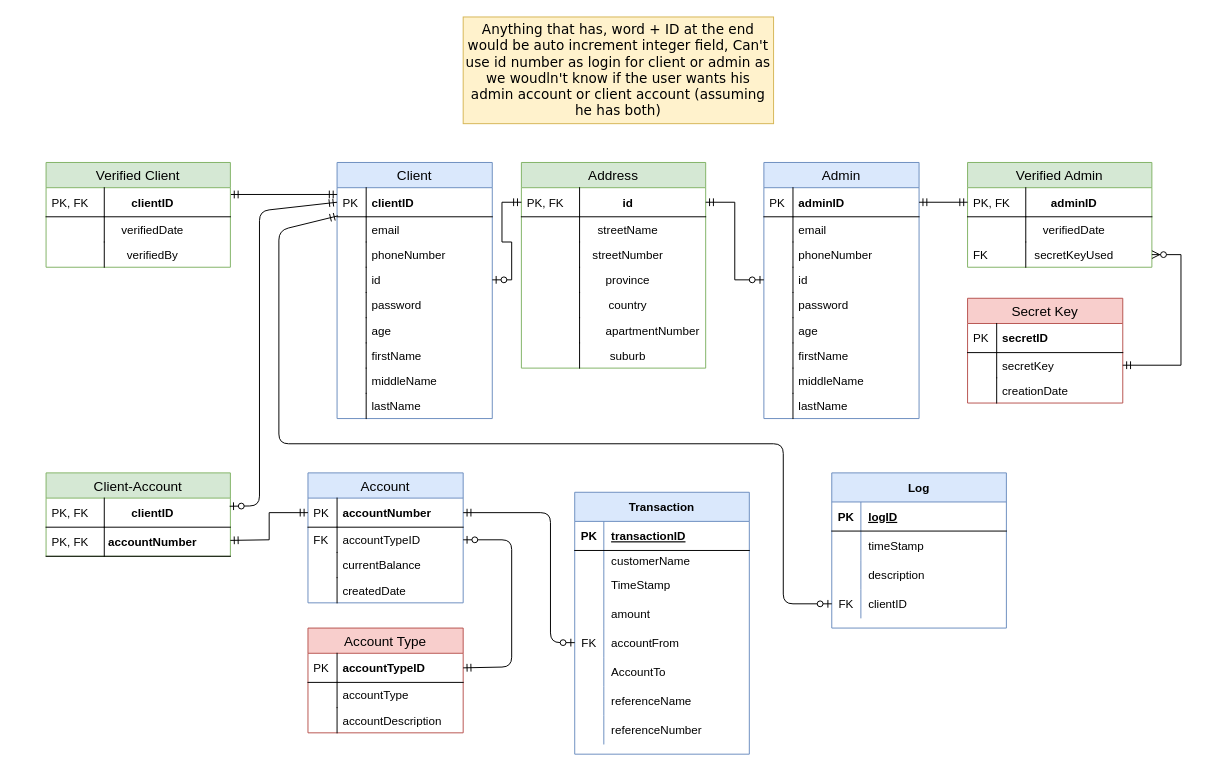
SDP-Wits/Banking-System keeps this draw.io diagram as Planning/ERDs/onlineDB.drawio. Above is the earlier version. Source tidied: cells renumbered, new cells numbered last; positions are measured from the earlier drawing's top-left corner, leaving out a move shared by most shapes. Both pictures are drawn from the tidied source at 97%, with x=0, y=0 at pixel (46, 16).
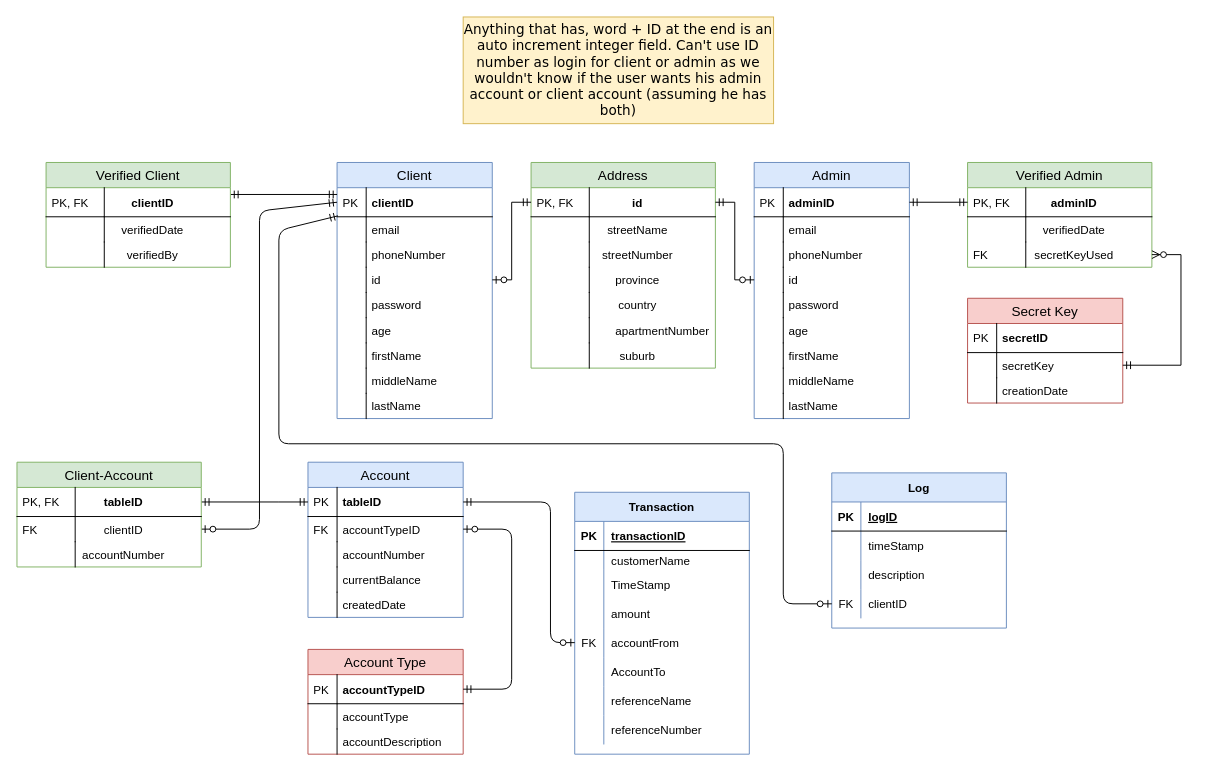
The same page after the edit.

The change refers to these unchanged cells:
```xml
<mxCell id="3" value="clientID" style="shape=partialRectangle;top=0;left=0;right=0;bottom=1;align=left;verticalAlign=middle;fillColor=none;spacingLeft=34;spacingRight=4;overflow=hidden;points=[[0,0.5],[1,0.5]];portConstraint=eastwest;fontStyle=1;fontSize=12;" parent="2" vertex="1">
  <mxGeometry y="26" width="160" height="30" as="geometry" />
</mxCell>
<mxCell id="88" value="accountTypeID" style="shape=partialRectangle;top=0;left=0;right=0;bottom=1;align=left;verticalAlign=middle;fillColor=none;spacingLeft=34;spacingRight=4;overflow=hidden;points=[[0,0.5],[1,0.5]];portConstraint=eastwest;fontStyle=1;fontSize=12;" parent="87" vertex="1">
  <mxGeometry y="26" width="160" height="30" as="geometry" />
</mxCell>
<mxCell id="97" value="accountTypeID" style="shape=partialRectangle;top=0;left=0;right=0;bottom=0;align=left;verticalAlign=top;fillColor=none;spacingLeft=34;spacingRight=4;overflow=hidden;points=[[0,0.5],[1,0.5]];portConstraint=eastwest;fontSize=12;" parent="94" vertex="1">
  <mxGeometry y="56" width="160" height="26" as="geometry" />
</mxCell>
<mxCell id="119" style="shape=partialRectangle;fillColor=none;top=0;left=0;bottom=0;right=0;points=[[0,0.5],[1,0.5]];portConstraint=eastwest;" parent="106" vertex="1">
  <mxGeometry y="140" width="180" height="30" as="geometry" />
</mxCell>
```

What changed in the source:
```diff
@@
     <mxCell id="21" value="Address" style="swimlane;fontStyle=0;horizontal=1;startSize=26;fillColor=#d5e8d4;swimlaneFillColor=#ffffff;align=center;fontSize=14;strokeColor=#82b366;" parent="1" vertex="1">
-      <mxGeometry x="490" y="150" width="190" height="212" as="geometry" />
+      <mxGeometry x="500" y="150" width="190" height="212" as="geometry" />
     </mxCell>
@@
     <mxCell id="37" value="Admin" style="swimlane;fontStyle=0;horizontal=1;startSize=26;fillColor=#dae8fc;swimlaneFillColor=#ffffff;align=center;fontSize=14;strokeColor=#6c8ebf;" parent="1" vertex="1">
-      <mxGeometry x="740" y="150" width="160" height="264" as="geometry" />
+      <mxGeometry x="730" y="150" width="160" height="264" as="geometry" />
     </mxCell>
@@
-    <mxCell id="73" value="&lt;font face=&quot;Verdana&quot; style=&quot;font-size: 14px&quot;&gt;Anything that has, word + ID at the end would be auto increment integer field, Can't use id number as login for client or admin as we woudln't know if the user wants his admin account or client account (assuming he has both)&lt;/font&gt;" style="text;html=1;strokeColor=#d6b656;fillColor=#fff2cc;align=center;verticalAlign=middle;whiteSpace=wrap;rounded=0;" parent="1" vertex="1">
+    <mxCell id="73" value="&lt;font face=&quot;Verdana&quot;&gt;&lt;span style=&quot;font-size: 14px&quot;&gt;Anything that has, word + ID at the end is an auto increment integer field. Can't use ID number as login for client or admin as we wouldn't&amp;nbsp;know if the user wants his admin account or client account (assuming he has both)&lt;/span&gt;&lt;/font&gt;" style="text;html=1;strokeColor=#d6b656;fillColor=#fff2cc;align=center;verticalAlign=middle;whiteSpace=wrap;rounded=0;" parent="1" vertex="1">
       <mxGeometry x="430" width="320" height="110" as="geometry" />
     </mxCell>
@@
-    <mxCell id="82" value="Client-Account" style="swimlane;fontStyle=0;horizontal=1;startSize=26;fillColor=#d5e8d4;swimlaneFillColor=#ffffff;align=center;fontSize=14;strokeColor=#82b366;" parent="1" vertex="1">
-      <mxGeometry y="470" width="190" height="86" as="geometry" />
-    </mxCell>
-    <mxCell id="83" value="clientID" style="shape=partialRectangle;top=0;left=0;right=0;bottom=1;align=center;verticalAlign=middle;fillColor=none;spacingLeft=34;spacingRight=4;overflow=hidden;points=[[0,0.5],[1,0.5]];portConstraint=eastwest;fontStyle=1;fontSize=12;" parent="82" vertex="1">
-      <mxGeometry y="26" width="190" height="30" as="geometry" />
-    </mxCell>
-    <mxCell id="84" value="PK, FK" style="shape=partialRectangle;top=0;left=0;bottom=0;fillColor=none;align=left;verticalAlign=middle;spacingLeft=4;spacingRight=4;overflow=hidden;fontSize=12;" parent="83" vertex="1">
-      <mxGeometry width="60" height="30" as="geometry" />
-    </mxCell>
-    <mxCell id="85" value="accountNumber" style="shape=partialRectangle;top=0;left=0;right=0;bottom=1;align=center;verticalAlign=middle;fillColor=none;spacingLeft=34;spacingRight=4;overflow=hidden;points=[[0,0.5],[1,0.5]];portConstraint=eastwest;fontStyle=1;fontSize=12;" parent="82" vertex="1">
-      <mxGeometry y="56" width="190" height="30" as="geometry" />
-    </mxCell>
-    <mxCell id="86" value="PK, FK" style="shape=partialRectangle;top=0;left=0;bottom=0;fillColor=none;align=left;verticalAlign=middle;spacingLeft=4;spacingRight=4;overflow=hidden;fontSize=12;" parent="85" vertex="1">
-      <mxGeometry width="60" height="30" as="geometry" />
-    </mxCell>
     <mxCell id="87" value="Account Type" style="swimlane;fontStyle=0;horizontal=1;startSize=26;fillColor=#f8cecc;swimlaneFillColor=#ffffff;align=center;fontSize=14;strokeColor=#b85450;" parent="1" vertex="1">
-      <mxGeometry x="270" y="630" width="160" height="108" as="geometry" />
+      <mxGeometry x="270" y="652" width="160" height="108" as="geometry" />
     </mxCell>
@@
     <mxCell id="94" value="Account" style="swimlane;fontStyle=0;horizontal=1;startSize=26;fillColor=#dae8fc;swimlaneFillColor=#ffffff;align=center;fontSize=14;strokeColor=#6c8ebf;" parent="1" vertex="1">
-      <mxGeometry x="270" y="470" width="160" height="134" as="geometry" />
+      <mxGeometry x="270" y="459" width="160" height="160" as="geometry" />
     </mxCell>
-    <mxCell id="95" value="accountNumber" style="shape=partialRectangle;top=0;left=0;right=0;bottom=1;align=left;verticalAlign=middle;fillColor=none;spacingLeft=34;spacingRight=4;overflow=hidden;points=[[0,0.5],[1,0.5]];portConstraint=eastwest;fontStyle=1;fontSize=12;" parent="94" vertex="1">
+    <mxCell id="95" value="tableID" style="shape=partialRectangle;top=0;left=0;right=0;bottom=1;align=left;verticalAlign=middle;fillColor=none;spacingLeft=34;spacingRight=4;overflow=hidden;points=[[0,0.5],[1,0.5]];portConstraint=eastwest;fontStyle=1;fontSize=12;" parent="94" vertex="1">
       <mxGeometry y="26" width="160" height="30" as="geometry" />
     </mxCell>
@@
+    <mxCell id="146" value="accountNumber" style="shape=partialRectangle;top=0;left=0;right=0;bottom=0;align=left;verticalAlign=top;fillColor=none;spacingLeft=34;spacingRight=4;overflow=hidden;fontSize=12;" parent="94" vertex="1">
+      <mxGeometry y="82" width="160" height="26" as="geometry" />
+    </mxCell>
+    <mxCell id="147" style="shape=partialRectangle;top=0;left=0;bottom=0;fillColor=none;align=left;verticalAlign=top;spacingLeft=4;spacingRight=4;overflow=hidden;fontSize=12;" parent="146" vertex="1">
+      <mxGeometry width="30" height="26" as="geometry" />
+    </mxCell>
     <mxCell id="99" value="currentBalance" style="shape=partialRectangle;top=0;left=0;right=0;bottom=0;align=left;verticalAlign=top;fillColor=none;spacingLeft=34;spacingRight=4;overflow=hidden;fontSize=12;" parent="94" vertex="1">
-      <mxGeometry y="82" width="160" height="26" as="geometry" />
+      <mxGeometry y="108" width="160" height="26" as="geometry" />
     </mxCell>
@@
     <mxCell id="101" value="createdDate" style="shape=partialRectangle;top=0;left=0;right=0;bottom=0;align=left;verticalAlign=top;fillColor=none;spacingLeft=34;spacingRight=4;overflow=hidden;fontSize=12;" parent="94" vertex="1">
-      <mxGeometry y="108" width="160" height="26" as="geometry" />
+      <mxGeometry y="134" width="160" height="26" as="geometry" />
     </mxCell>
@@
-    <mxCell id="103" style="fontSize=12;html=1;endArrow=ERzeroToOne;startArrow=ERmandOne;exitX=0;exitY=0.5;exitDx=0;exitDy=0;entryX=0.996;entryY=0.28;entryDx=0;entryDy=0;entryPerimeter=0;" parent="1" edge="1" source="3" target="83">
+    <mxCell id="103" style="fontSize=12;html=1;endArrow=ERzeroToOne;startArrow=ERmandOne;exitX=0;exitY=0.5;exitDx=0;exitDy=0;" parent="1" edge="1" source="3">
       <mxGeometry relative="1" as="geometry">
+        <mxPoint x="160" y="528" as="targetPoint" />
         <Array as="points">
           <mxPoint x="220" y="200" />
-          <mxPoint x="220" y="504" />
+          <mxPoint x="220" y="528" />
         </Array>
       </mxGeometry>
     </mxCell>
-    <mxCell id="104" style="rounded=0;jettySize=auto;html=1;startArrow=ERmandOne;startFill=0;endArrow=ERmandOne;endFill=0;exitX=0;exitY=0.5;exitDx=0;exitDy=0;" parent="1" edge="1" source="95" target="85">
+    <mxCell id="104" style="rounded=0;jettySize=auto;html=1;startArrow=ERmandOne;startFill=0;endArrow=ERmandOne;endFill=0;exitX=0;exitY=0.5;exitDx=0;exitDy=0;entryX=1;entryY=0.5;entryDx=0;entryDy=0;" parent="1" edge="1" source="95" target="148">
       <mxGeometry relative="1" as="geometry">
         <Array as="points">
-          <mxPoint x="230" y="511" />
-          <mxPoint x="230" y="539" />
+          <mxPoint x="240" y="500" />
         </Array>
       </mxGeometry>
     </mxCell>
     <mxCell id="105" style="fontSize=12;html=1;endArrow=ERmandOne;startArrow=ERzeroToOne;exitX=1;exitY=0.5;exitDx=0;exitDy=0;entryX=1;entryY=0.5;entryDx=0;entryDy=0;startFill=1;endFill=0;" parent="1" edge="1" source="97" target="88">
       <mxGeometry relative="1" as="geometry">
         <Array as="points">
-          <mxPoint x="480" y="539" />
-          <mxPoint x="480" y="670" />
+          <mxPoint x="480" y="528" />
+          <mxPoint x="480" y="693" />
         </Array>
       </mxGeometry>
     </mxCell>
@@
     <mxCell id="145" style="fontSize=12;html=1;endArrow=ERmandOne;startArrow=ERzeroToOne;exitX=0;exitY=0.5;exitDx=0;exitDy=0;entryX=1;entryY=0.5;entryDx=0;entryDy=0;startFill=1;endFill=0;" parent="1" edge="1" source="119" target="95">
       <mxGeometry relative="1" as="geometry">
         <Array as="points">
           <mxPoint x="520" y="645" />
-          <mxPoint x="520" y="511" />
+          <mxPoint x="520" y="500" />
         </Array>
       </mxGeometry>
     </mxCell>
+    <mxCell id="82" value="Client-Account" style="swimlane;fontStyle=0;horizontal=1;startSize=26;fillColor=#d5e8d4;swimlaneFillColor=#ffffff;align=center;fontSize=14;strokeColor=#82b366;" parent="1" vertex="1">
+      <mxGeometry x="-30" y="459" width="190" height="108" as="geometry" />
+    </mxCell>
+    <mxCell id="148" value="tableID" style="shape=partialRectangle;top=0;left=0;right=0;bottom=1;align=center;verticalAlign=middle;fillColor=none;spacingLeft=34;spacingRight=4;overflow=hidden;points=[[0,0.5],[1,0.5]];portConstraint=eastwest;fontStyle=1;fontSize=12;" parent="82" vertex="1">
+      <mxGeometry y="26" width="190" height="30" as="geometry" />
+    </mxCell>
+    <mxCell id="149" value="PK, FK" style="shape=partialRectangle;top=0;left=0;bottom=0;fillColor=none;align=left;verticalAlign=middle;spacingLeft=4;spacingRight=4;overflow=hidden;fontSize=12;" parent="148" vertex="1">
+      <mxGeometry width="60" height="30" as="geometry" />
+    </mxCell>
+    <mxCell id="83" value="clientID" style="shape=partialRectangle;top=0;left=0;right=0;bottom=0;align=center;verticalAlign=top;fillColor=none;spacingLeft=34;spacingRight=4;overflow=hidden;points=[[0,0.5],[1,0.5]];portConstraint=eastwest;fontSize=12;" parent="82" vertex="1">
+      <mxGeometry y="56" width="190" height="26" as="geometry" />
+    </mxCell>
+    <mxCell id="150" value="FK" style="shape=partialRectangle;top=0;left=0;bottom=0;fillColor=none;align=left;verticalAlign=top;spacingLeft=4;spacingRight=4;overflow=hidden;fontSize=12;" parent="83" vertex="1">
+      <mxGeometry width="60" height="26" as="geometry" />
+    </mxCell>
+    <mxCell id="151" value="accountNumber" style="shape=partialRectangle;top=0;left=0;right=0;bottom=0;align=center;verticalAlign=top;fillColor=none;spacingLeft=34;spacingRight=4;overflow=hidden;fontSize=12;" parent="82" vertex="1">
+      <mxGeometry y="82" width="190" height="26" as="geometry" />
+    </mxCell>
+    <mxCell id="152" style="shape=partialRectangle;top=0;left=0;bottom=0;fillColor=none;align=left;verticalAlign=top;spacingLeft=4;spacingRight=4;overflow=hidden;fontSize=12;" parent="151" vertex="1">
+      <mxGeometry width="60" height="26" as="geometry" />
+    </mxCell>
```
